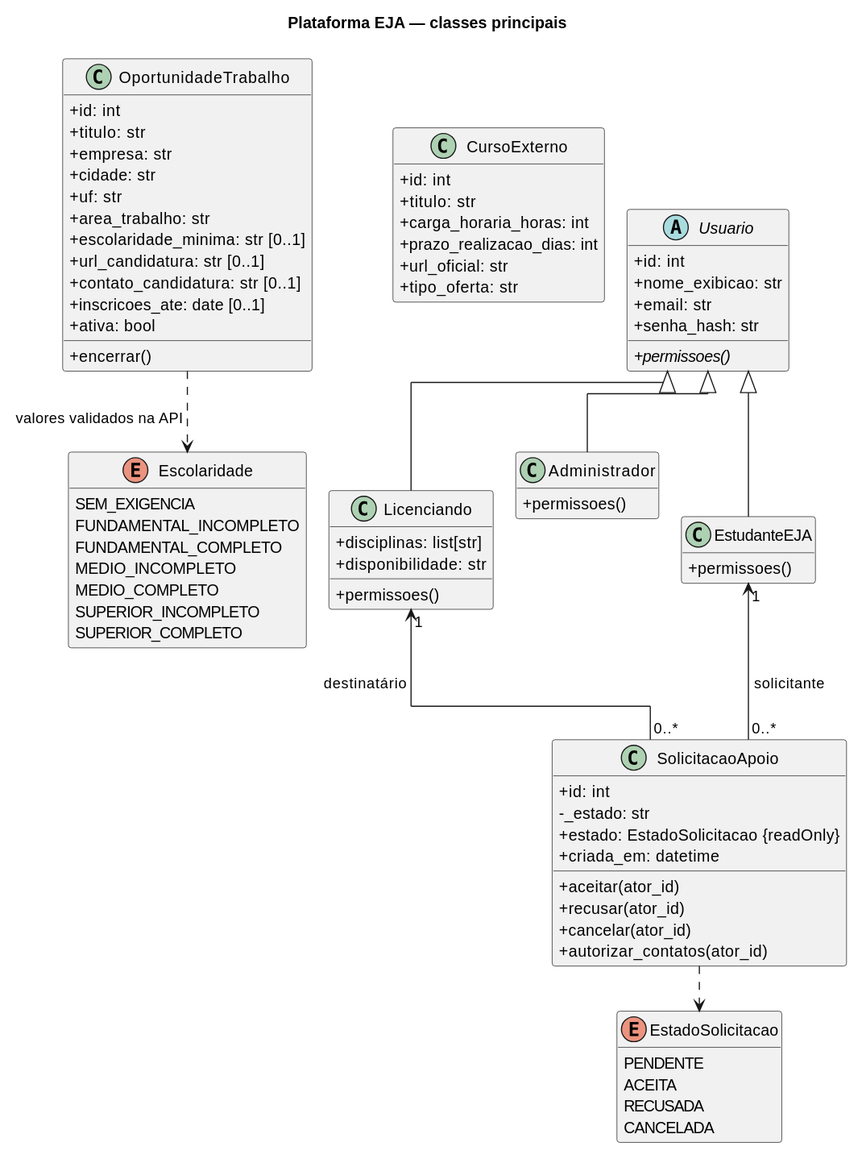
Above: docs/uml/classes.svg in Educg550/EJA_TAPOO (PlantUML), before the change.
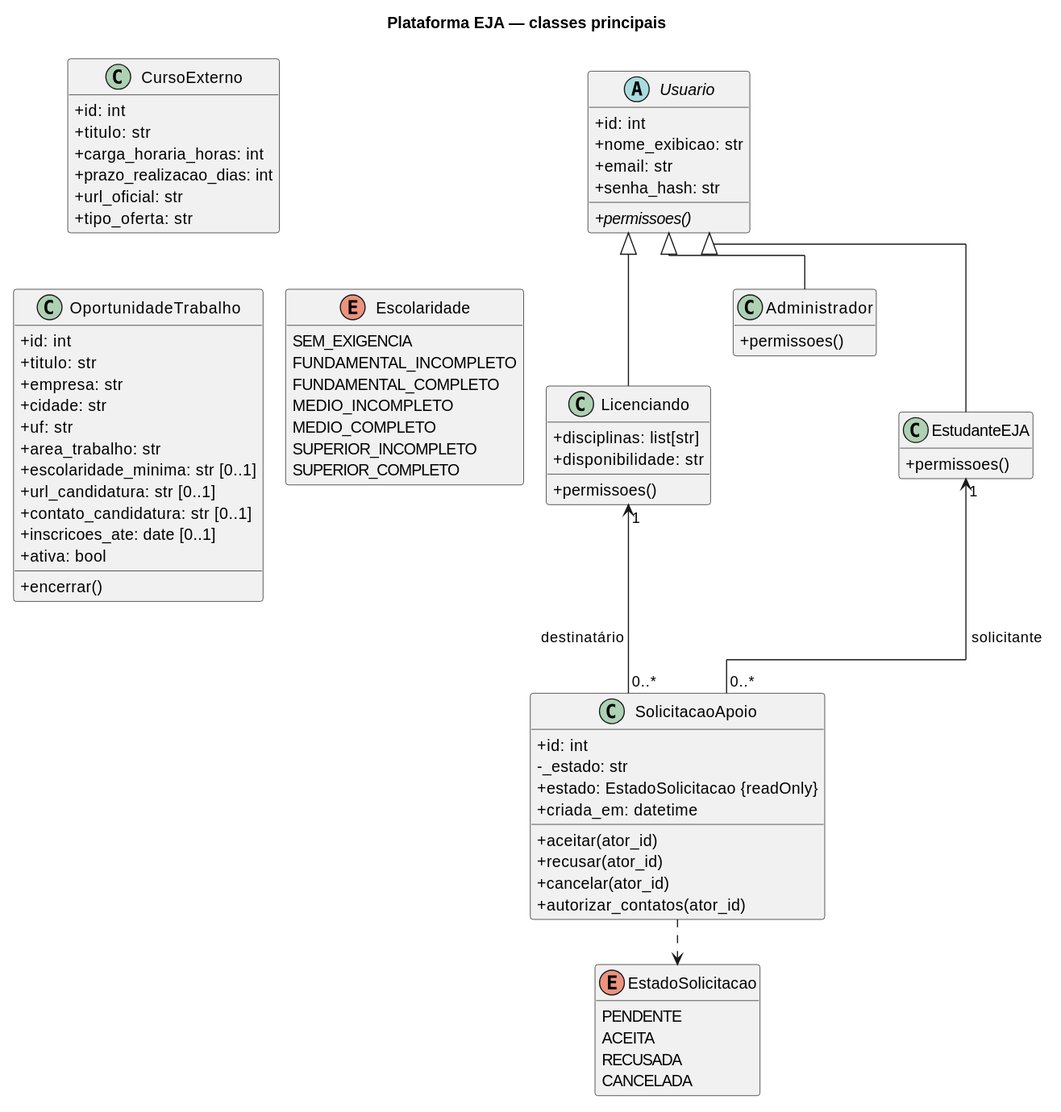
After the commit.

Commit message:
docs(uml): alinhar diagramas ao backend revisado

Diff of the diagram source:
```diff
@@ -82,7 +82,6 @@
 }
 
 SolicitacaoApoio ..> EstadoSolicitacao
-OportunidadeTrabalho ..> Escolaridade : valores validados na API
 
 Usuario <|-- EstudanteEJA
 Usuario <|-- Licenciando
```
